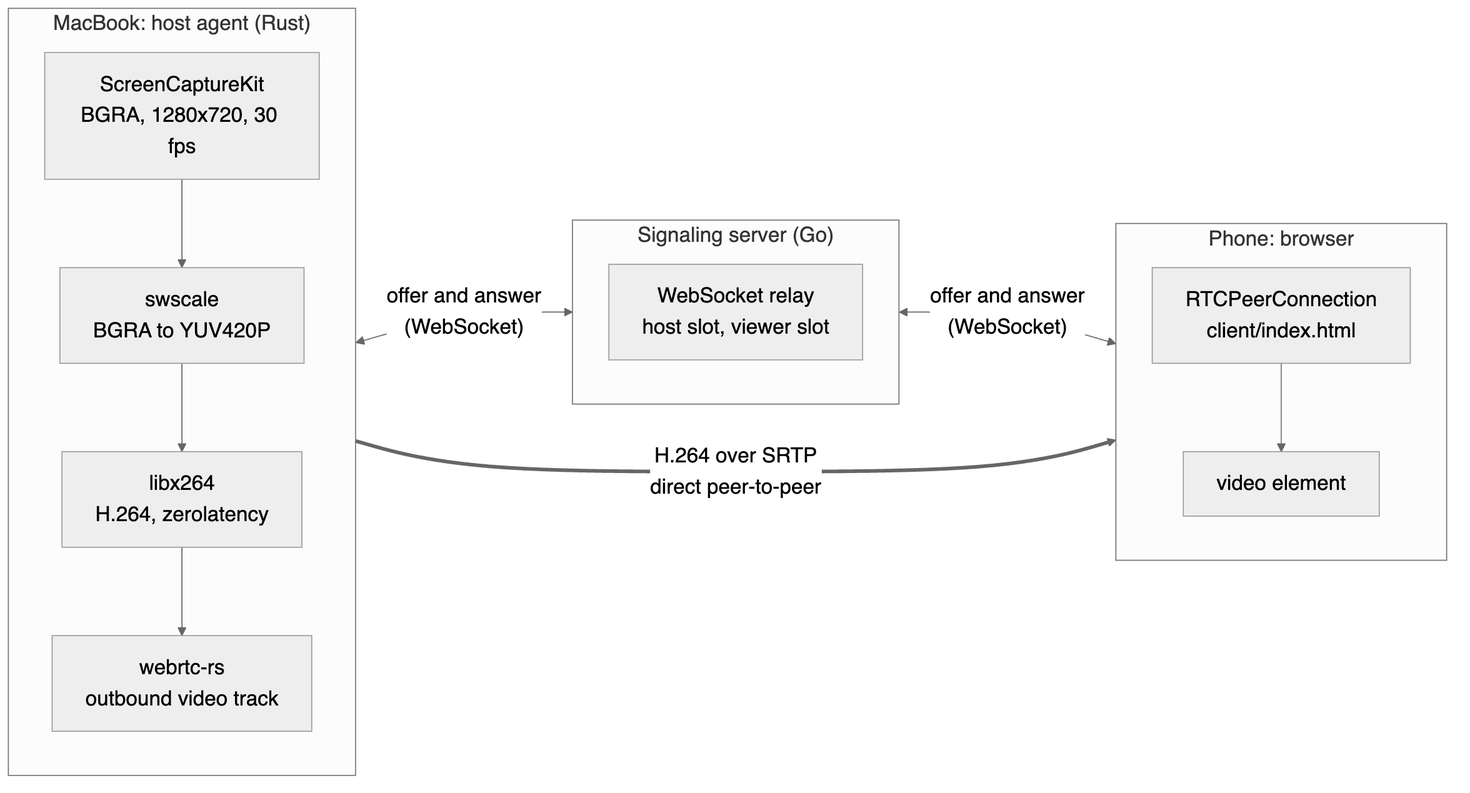
The Mermaid diagram docs/diagrams/architecture.png in AbhishekS-06/RemoteBridge, before a commit. Its source is kept beside it as docs/diagrams/architecture.mmd. Source of this version:
```mermaid
flowchart LR
    subgraph Mac["MacBook: host agent (Rust)"]
        direction TB
        CAP["ScreenCaptureKit<br/>BGRA, 1280x720, 30 fps"]
        SCALE["swscale<br/>BGRA to YUV420P"]
        ENC["libx264<br/>H.264, zerolatency"]
        TRACK["webrtc-rs<br/>outbound video track"]
        CAP --> SCALE --> ENC --> TRACK
    end

    subgraph Server["Signaling server (Go)"]
        direction TB
        RELAY["WebSocket relay<br/>host slot, viewer slot"]
    end

    subgraph Phone["Phone: browser"]
        direction TB
        PC["RTCPeerConnection<br/>client/index.html"]
        VIDEO["video element"]
        PC --> VIDEO
    end

    Mac <-->|"offer and answer<br/>(WebSocket)"| Server
    Server <-->|"offer and answer<br/>(WebSocket)"| Phone
    Mac ==>|"H.264 over SRTP<br/>direct peer-to-peer"| Phone
```
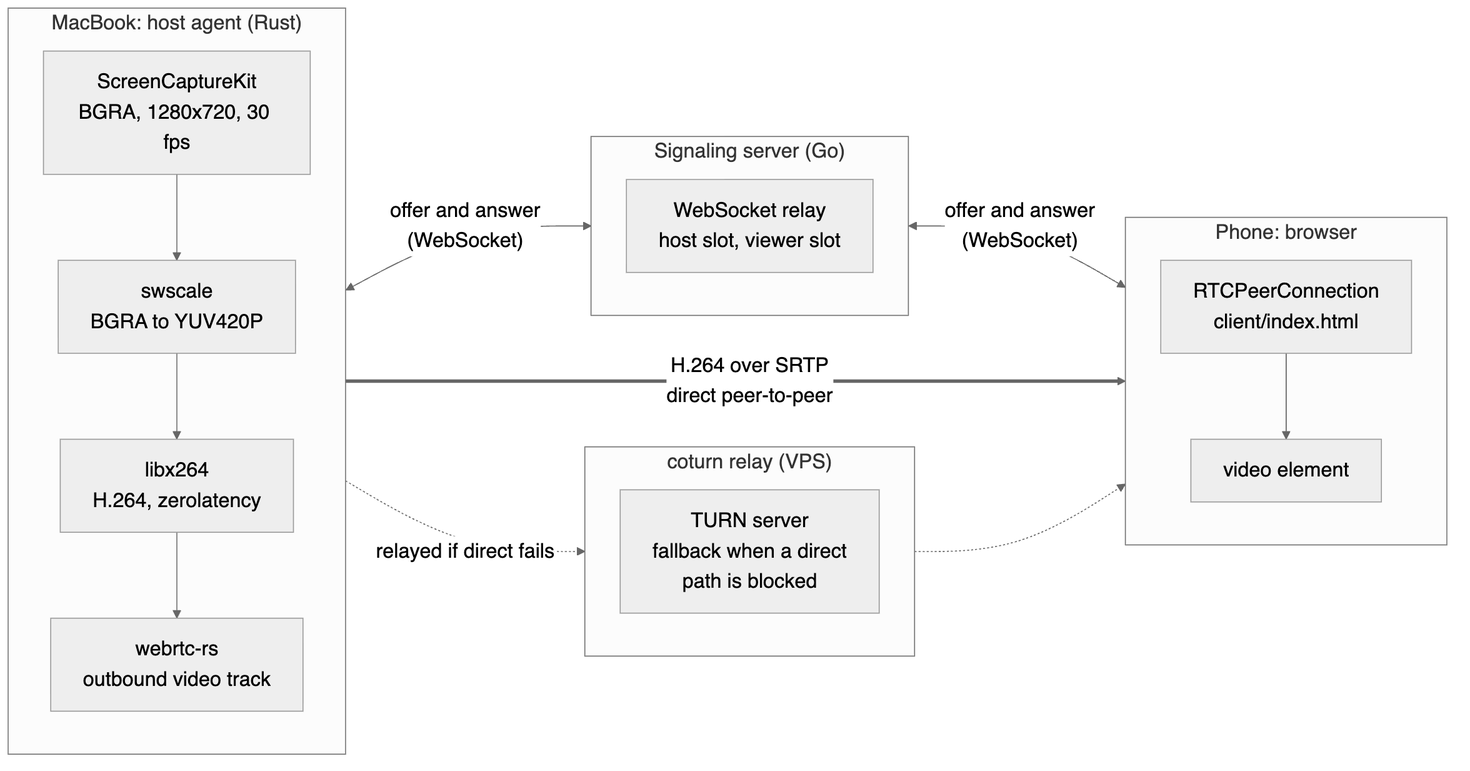
The same diagram one commit later.

Diff of the diagram source:
```diff
@@ -20,6 +20,13 @@
         PC --> VIDEO
     end
 
+    subgraph Relay["coturn relay (VPS)"]
+        direction TB
+        TURN["TURN server<br/>fallback when a direct<br/>path is blocked"]
+    end
+
     Mac <-->|"offer and answer<br/>(WebSocket)"| Server
     Server <-->|"offer and answer<br/>(WebSocket)"| Phone
     Mac ==>|"H.264 over SRTP<br/>direct peer-to-peer"| Phone
+    Mac -.->|"relayed if direct fails"| Relay
+    Relay -.-> Phone
```
